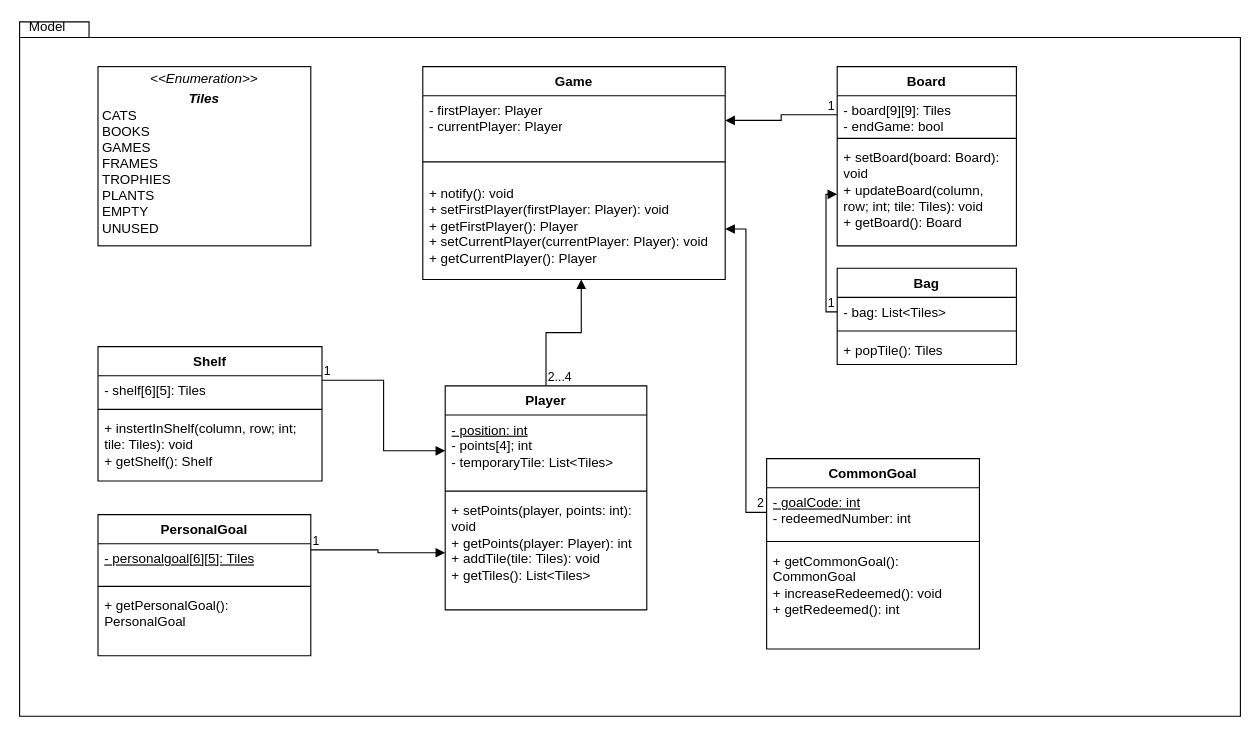
Luisi-Parsani-Simoncini-Zanardi/ing-sw-2023-luisi-parsani-simoncini-zanardi keeps this draw.io diagram as InitialUML.drawio. Above is the earlier version. Source tidied: cells renumbered, new cells numbered last; positions are measured from the earlier drawing's top-left corner, leaving out a move shared by most shapes. Both pictures are drawn from the tidied source at 112%, with x=0, y=0 at pixel (19, 21).
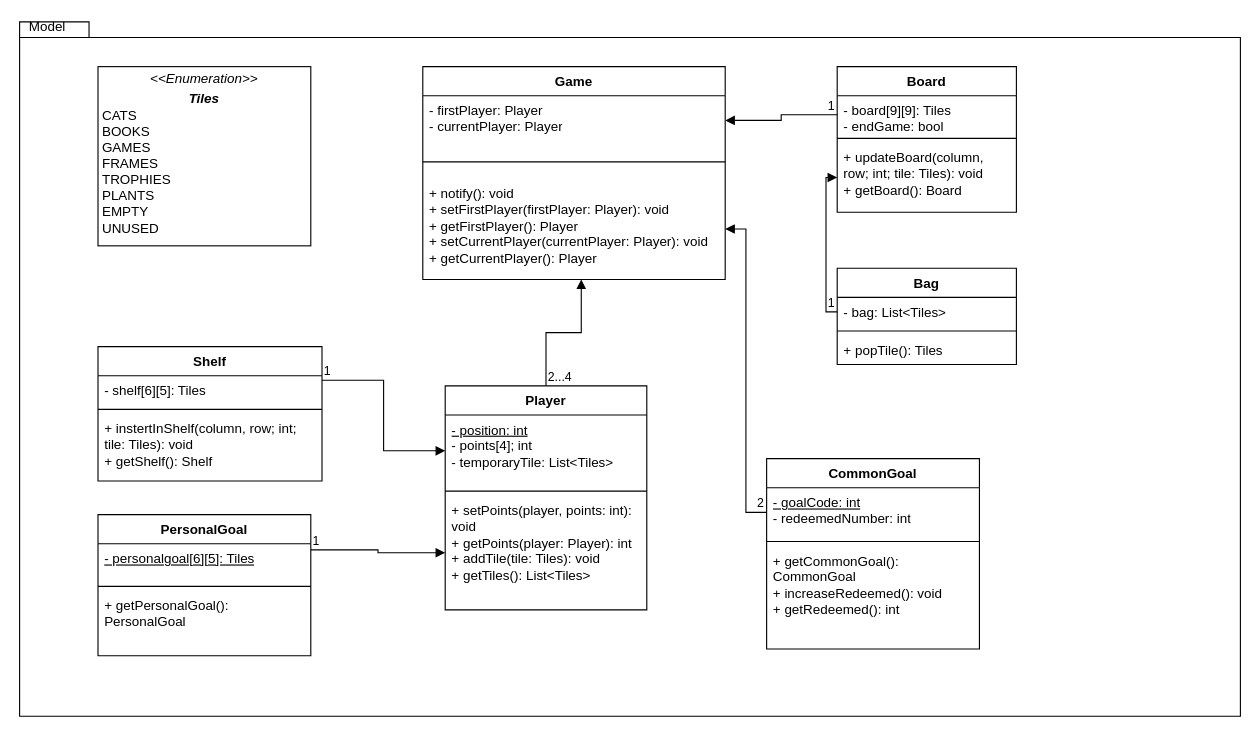
After the change.

Commit message:
InitialUML tolto metodo da board

Change to the diagram source:
```diff
@@
     <mxCell id="7" value="Board" style="swimlane;fontStyle=1;align=center;verticalAlign=top;horizontal=1;startSize=26;whiteSpace=wrap;html=1;" parent="1" vertex="1">
-      <mxGeometry x="730" y="40" width="160" height="160" as="geometry" />
+      <mxGeometry x="730" y="40" width="160" height="130" as="geometry" />
     </mxCell>
@@
-    <mxCell id="10" value="+ setBoard(board: Board): void&lt;br&gt;+ updateBoard(column, row; int; tile: Tiles): void&lt;br style=&quot;border-color: var(--border-color);&quot;&gt;+ getBoard(): Board" style="text;strokeColor=none;fillColor=none;align=left;verticalAlign=top;spacingLeft=4;spacingRight=4;overflow=hidden;points=[[0,0.5],[1,0.5]];portConstraint=eastwest;whiteSpace=wrap;html=1;" parent="7" vertex="1">
-      <mxGeometry y="68" width="160" height="92" as="geometry" />
+    <mxCell id="10" value="+ updateBoard(column, row; int; tile: Tiles): void&lt;br style=&quot;border-color: var(--border-color);&quot;&gt;+ getBoard(): Board" style="text;strokeColor=none;fillColor=none;align=left;verticalAlign=top;spacingLeft=4;spacingRight=4;overflow=hidden;points=[[0,0.5],[1,0.5]];portConstraint=eastwest;whiteSpace=wrap;html=1;" parent="7" vertex="1">
+      <mxGeometry y="68" width="160" height="62" as="geometry" />
     </mxCell>
```
